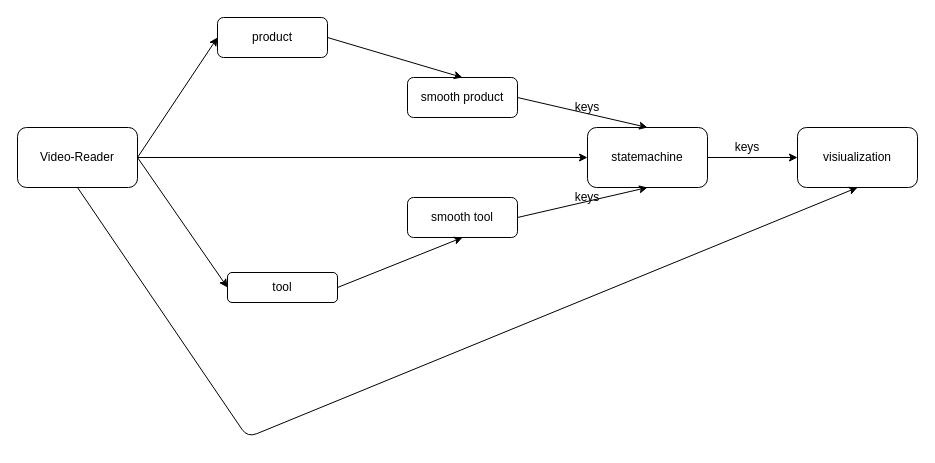
Before: inferencing-pipeline.drawio in QAlexBall/diagrams, a draw.io diagram. Source tidied: cells renumbered, new cells numbered last; positions are measured from the earlier drawing's top-left corner, leaving out a move shared by most shapes. Both pictures are drawn from the tidied source at 100%, with x=0, y=0 at pixel (17, 17).
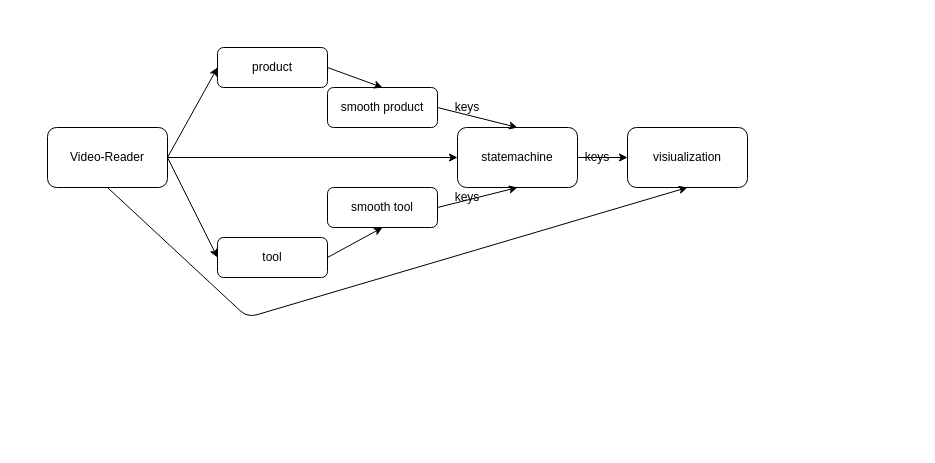
The same page after the edit.

The edit, as a diff of the source:
```diff
@@
     <mxCell id="2" value="Video-Reader" style="rounded=1;whiteSpace=wrap;html=1;" parent="1" vertex="1">
-      <mxGeometry y="110" width="120" height="60" as="geometry" />
+      <mxGeometry x="30" y="110" width="120" height="60" as="geometry" />
     </mxCell>
@@
     <mxCell id="4" value="product" style="rounded=1;whiteSpace=wrap;html=1;" parent="1" vertex="1">
-      <mxGeometry x="200" width="110" height="40" as="geometry" />
+      <mxGeometry x="200" y="30" width="110" height="40" as="geometry" />
     </mxCell>
@@
     <mxCell id="6" value="tool" style="rounded=1;whiteSpace=wrap;html=1;" parent="1" vertex="1">
-      <mxGeometry x="210" y="255" width="110" height="30" as="geometry" />
+      <mxGeometry x="200" y="220" width="110" height="40" as="geometry" />
     </mxCell>
     <mxCell id="7" value="smooth product" style="rounded=1;whiteSpace=wrap;html=1;" parent="1" vertex="1">
-      <mxGeometry x="390" y="60" width="110" height="40" as="geometry" />
+      <mxGeometry x="310" y="70" width="110" height="40" as="geometry" />
     </mxCell>
@@
     <mxCell id="9" value="smooth tool" style="rounded=1;whiteSpace=wrap;html=1;" parent="1" vertex="1">
-      <mxGeometry x="390" y="180" width="110" height="40" as="geometry" />
+      <mxGeometry x="310" y="170" width="110" height="40" as="geometry" />
     </mxCell>
@@
     <mxCell id="11" value="statemachine" style="rounded=1;whiteSpace=wrap;html=1;" parent="1" vertex="1">
-      <mxGeometry x="570" y="110" width="120" height="60" as="geometry" />
+      <mxGeometry x="440" y="110" width="120" height="60" as="geometry" />
     </mxCell>
-    <mxCell id="12" style="endArrow=classic;html=1;entryX=0;entryY=0.5;entryDx=0;entryDy=0;" parent="1" edge="1" target="11">
-      <mxGeometry relative="1" as="geometry">
-        <mxPoint x="120" y="140" as="sourcePoint" />
-      </mxGeometry>
+    <mxCell id="12" style="endArrow=classic;html=1;entryX=0;entryY=0.5;entryDx=0;entryDy=0;exitX=1;exitY=0.5;exitDx=0;exitDy=0;" parent="1" edge="1" source="2" target="11">
+      <mxGeometry relative="1" as="geometry" />
     </mxCell>
-    <mxCell id="13" style="endArrow=classic;html=1;entryX=0.5;entryY=0;entryDx=0;entryDy=0;" parent="1" edge="1" target="11">
-      <mxGeometry relative="1" as="geometry">
-        <mxPoint x="500" y="80" as="sourcePoint" />
-      </mxGeometry>
+    <mxCell id="13" style="endArrow=classic;html=1;entryX=0.5;entryY=0;entryDx=0;entryDy=0;exitX=1;exitY=0.5;exitDx=0;exitDy=0;" parent="1" edge="1" source="7" target="11">
+      <mxGeometry relative="1" as="geometry" />
     </mxCell>
@@
     <mxCell id="15" value="visiualization" style="rounded=1;whiteSpace=wrap;html=1;" parent="1" vertex="1">
-      <mxGeometry x="780" y="110" width="120" height="60" as="geometry" />
+      <mxGeometry x="610" y="110" width="120" height="60" as="geometry" />
     </mxCell>
@@
     <mxCell id="17" value="keys" style="text;html=1;strokeColor=none;fillColor=none;align=center;verticalAlign=middle;whiteSpace=wrap;rounded=0;" parent="1" vertex="1">
-      <mxGeometry x="710" y="120" width="40" height="20" as="geometry" />
+      <mxGeometry x="560" y="130" width="40" height="20" as="geometry" />
     </mxCell>
     <mxCell id="18" style="endArrow=classic;html=1;exitX=0.5;exitY=1;exitDx=0;exitDy=0;entryX=0.5;entryY=1;entryDx=0;entryDy=0;" parent="1" edge="1" source="2" target="15">
       <mxGeometry relative="1" as="geometry">
         <Array as="points">
-          <mxPoint x="230" y="420" />
+          <mxPoint x="230" y="300" />
         </Array>
       </mxGeometry>
     </mxCell>
     <mxCell id="19" value="keys" style="text;html=1;strokeColor=none;fillColor=none;align=center;verticalAlign=middle;whiteSpace=wrap;rounded=0;" parent="1" vertex="1">
-      <mxGeometry x="550" y="80" width="40" height="20" as="geometry" />
+      <mxGeometry x="430" y="80" width="40" height="20" as="geometry" />
     </mxCell>
     <mxCell id="20" value="keys" style="text;html=1;strokeColor=none;fillColor=none;align=center;verticalAlign=middle;whiteSpace=wrap;rounded=0;" parent="1" vertex="1">
-      <mxGeometry x="550" y="170" width="40" height="20" as="geometry" />
+      <mxGeometry x="430" y="170" width="40" height="20" as="geometry" />
     </mxCell>
```
